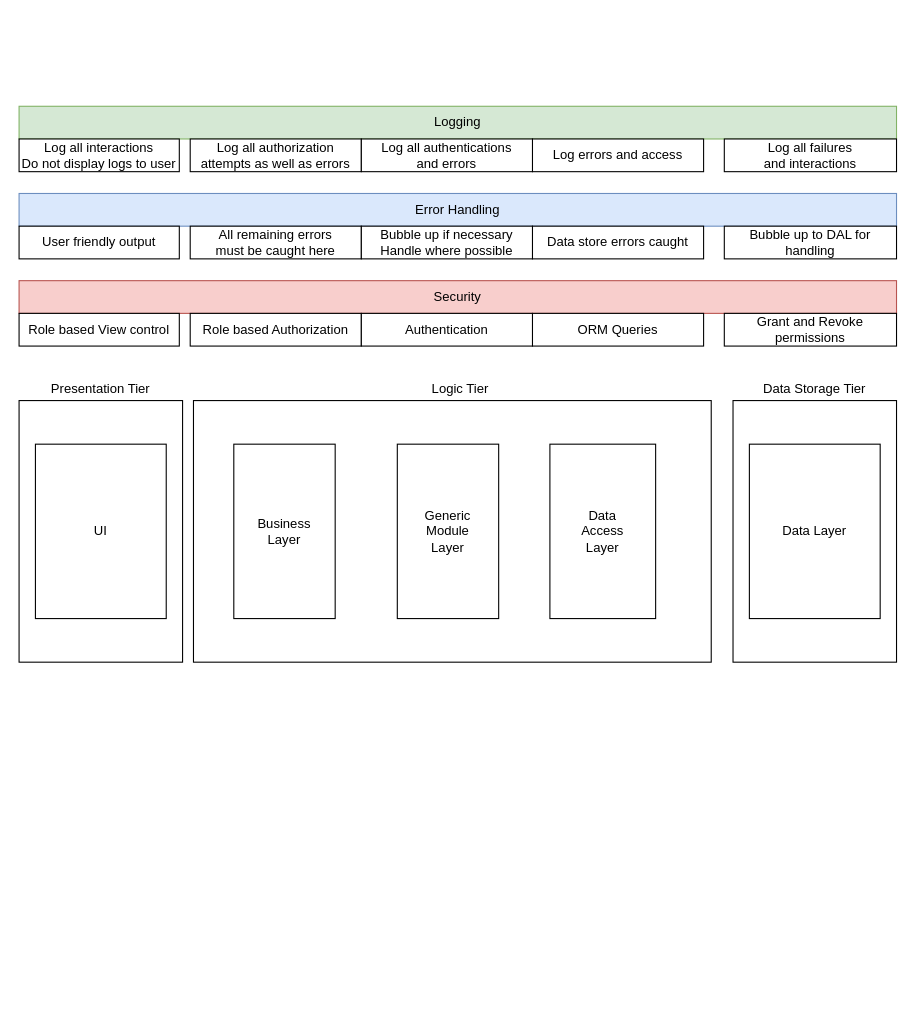
Before: Documents/Milestone 3/Revised HL Design/HighLevelDesign.drawio in Hunter3787/Saturday-Solution, a draw.io diagram. Source tidied: cells renumbered, new cells numbered last; positions are measured from the earlier drawing's top-left corner, leaving out a move shared by most shapes. Both pictures are drawn from the tidied source at 109%, with x=0, y=0 at pixel (19, 106).
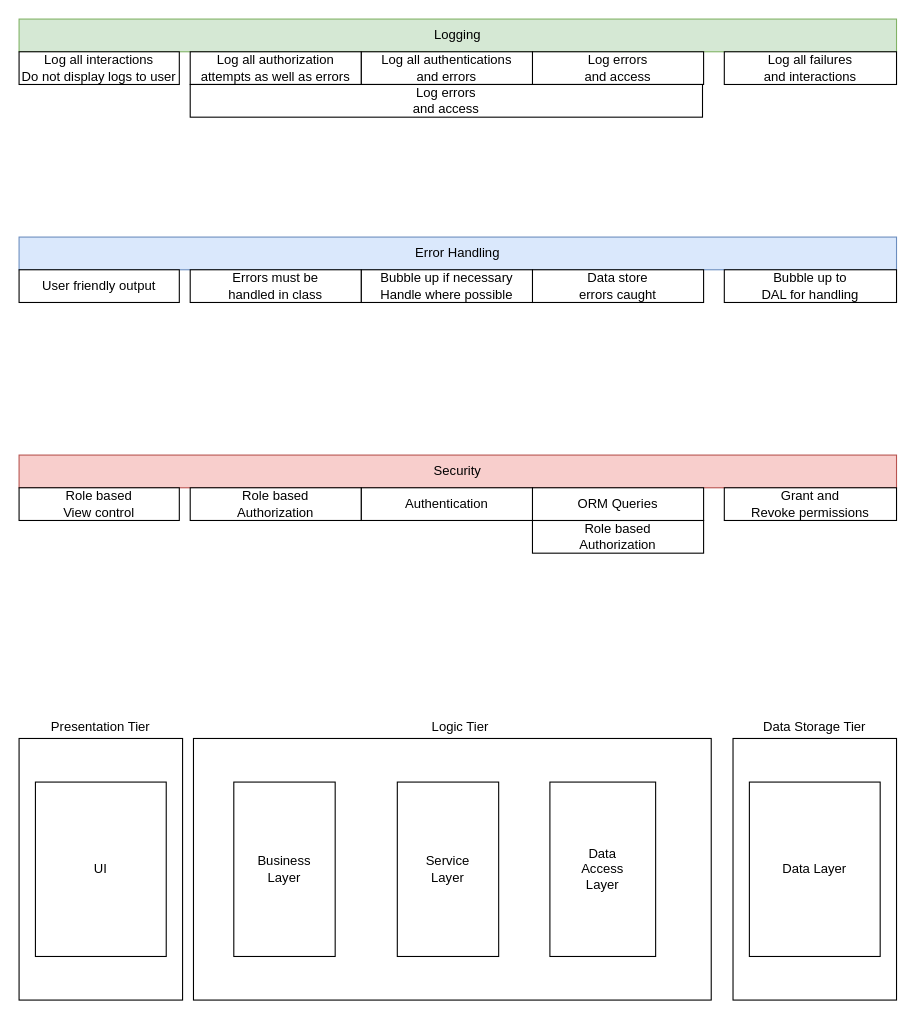
After the change.

The edit, as a diff of the source:
```diff
@@
     <mxCell id="2" style="group;" parent="1" vertex="1">
-      <mxGeometry y="250" width="805" height="260" as="geometry" />
+      <mxGeometry y="560" width="805" height="260" as="geometry" />
     </mxCell>
@@
-    <mxCell id="13" value="Generic &lt;br&gt;Module &lt;br&gt;Layer" style="rounded=0;whiteSpace=wrap;html=1;" parent="2" vertex="1">
+    <mxCell id="13" value="Service&lt;br&gt;Layer" style="rounded=0;whiteSpace=wrap;html=1;" parent="2" vertex="1">
       <mxGeometry x="347" y="60" width="93" height="160" as="geometry" />
     </mxCell>
-    <mxCell id="14" style="group;" parent="1" vertex="1">
-      <mxGeometry y="160" width="805" height="60" as="geometry" />
-    </mxCell>
-    <mxCell id="15" value="Security" style="rounded=0;whiteSpace=wrap;html=1;fillColor=#f8cecc;strokeColor=#b85450;" parent="14" vertex="1">
-      <mxGeometry width="805" height="30" as="geometry" />
-    </mxCell>
-    <mxCell id="16" value="Role based View control" style="rounded=0;whiteSpace=wrap;html=1;" parent="14" vertex="1">
-      <mxGeometry y="30" width="147" height="30" as="geometry" />
-    </mxCell>
-    <mxCell id="17" value="Role based Authorization" style="rounded=0;whiteSpace=wrap;html=1;" parent="14" vertex="1">
-      <mxGeometry x="157" y="30" width="157" height="30" as="geometry" />
-    </mxCell>
-    <mxCell id="18" value="ORM Queries" style="rounded=0;whiteSpace=wrap;html=1;" parent="14" vertex="1">
-      <mxGeometry x="471" y="30" width="157" height="30" as="geometry" />
-    </mxCell>
-    <mxCell id="19" value="Authentication" style="rounded=0;whiteSpace=wrap;html=1;" parent="14" vertex="1">
-      <mxGeometry x="314" y="30" width="157" height="30" as="geometry" />
-    </mxCell>
-    <mxCell id="20" value="Grant and Revoke permissions" style="rounded=0;whiteSpace=wrap;html=1;" parent="14" vertex="1">
-      <mxGeometry x="647" y="30" width="158" height="30" as="geometry" />
-    </mxCell>
     <mxCell id="21" style="group;" parent="1" vertex="1">
-      <mxGeometry y="80" width="805" height="60" as="geometry" />
+      <mxGeometry y="120" width="805" height="60" as="geometry" />
     </mxCell>
@@
-    <mxCell id="24" value="All remaining errors &lt;br&gt;must be caught here" style="rounded=0;whiteSpace=wrap;html=1;" parent="21" vertex="1">
+    <mxCell id="24" value="Errors must be &lt;br&gt;handled in class" style="rounded=0;whiteSpace=wrap;html=1;" parent="21" vertex="1">
       <mxGeometry x="157" y="30" width="157" height="30" as="geometry" />
     </mxCell>
-    <mxCell id="25" value="Data store errors caught" style="rounded=0;whiteSpace=wrap;html=1;" parent="21" vertex="1">
+    <mxCell id="25" value="Data store &lt;br&gt;errors caught" style="rounded=0;whiteSpace=wrap;html=1;" parent="21" vertex="1">
       <mxGeometry x="471" y="30" width="157" height="30" as="geometry" />
     </mxCell>
@@
-    <mxCell id="27" value="Bubble up to DAL for handling" style="rounded=0;whiteSpace=wrap;html=1;" parent="21" vertex="1">
+    <mxCell id="27" value="Bubble up to &lt;br&gt;DAL for handling" style="rounded=0;whiteSpace=wrap;html=1;" parent="21" vertex="1">
       <mxGeometry x="647" y="30" width="158" height="30" as="geometry" />
     </mxCell>
     <mxCell id="28" style="group;" parent="1" vertex="1">
-      <mxGeometry width="805" height="60" as="geometry" />
+      <mxGeometry y="-80" width="805" height="60" as="geometry" />
     </mxCell>
@@
-    <mxCell id="32" value="Log errors and access" style="rounded=0;whiteSpace=wrap;html=1;" parent="28" vertex="1">
+    <mxCell id="32" value="Log errors &lt;br&gt;and access" style="rounded=0;whiteSpace=wrap;html=1;" parent="28" vertex="1">
       <mxGeometry x="471" y="30" width="157" height="30" as="geometry" />
     </mxCell>
@@
+    <mxCell id="35" value="Role based &lt;br&gt;Authorization" style="rounded=0;whiteSpace=wrap;html=1;" parent="1" vertex="1">
+      <mxGeometry x="471" y="380" width="157" height="30" as="geometry" />
+    </mxCell>
+    <mxCell id="15" value="Security" style="rounded=0;whiteSpace=wrap;html=1;fillColor=#f8cecc;strokeColor=#b85450;" parent="1" vertex="1">
+      <mxGeometry y="320" width="805" height="30" as="geometry" />
+    </mxCell>
+    <mxCell id="16" value="Role based &lt;br&gt;View control" style="rounded=0;whiteSpace=wrap;html=1;" parent="1" vertex="1">
+      <mxGeometry y="350" width="147" height="30" as="geometry" />
+    </mxCell>
+    <mxCell id="17" value="Role based &lt;br&gt;Authorization" style="rounded=0;whiteSpace=wrap;html=1;" parent="1" vertex="1">
+      <mxGeometry x="157" y="350" width="157" height="30" as="geometry" />
+    </mxCell>
+    <mxCell id="18" value="ORM Queries" style="rounded=0;whiteSpace=wrap;html=1;" parent="1" vertex="1">
+      <mxGeometry x="471" y="350" width="157" height="30" as="geometry" />
+    </mxCell>
+    <mxCell id="19" value="Authentication" style="rounded=0;whiteSpace=wrap;html=1;" parent="1" vertex="1">
+      <mxGeometry x="314" y="350" width="157" height="30" as="geometry" />
+    </mxCell>
+    <mxCell id="20" value="Grant and &lt;br&gt;Revoke permissions" style="rounded=0;whiteSpace=wrap;html=1;" parent="1" vertex="1">
+      <mxGeometry x="647" y="350" width="158" height="30" as="geometry" />
+    </mxCell>
+    <mxCell id="36" value="Log errors &lt;br&gt;and access" style="rounded=0;whiteSpace=wrap;html=1;" parent="1" vertex="1">
+      <mxGeometry x="157" y="-20" width="470" height="30" as="geometry" />
+    </mxCell>
```
